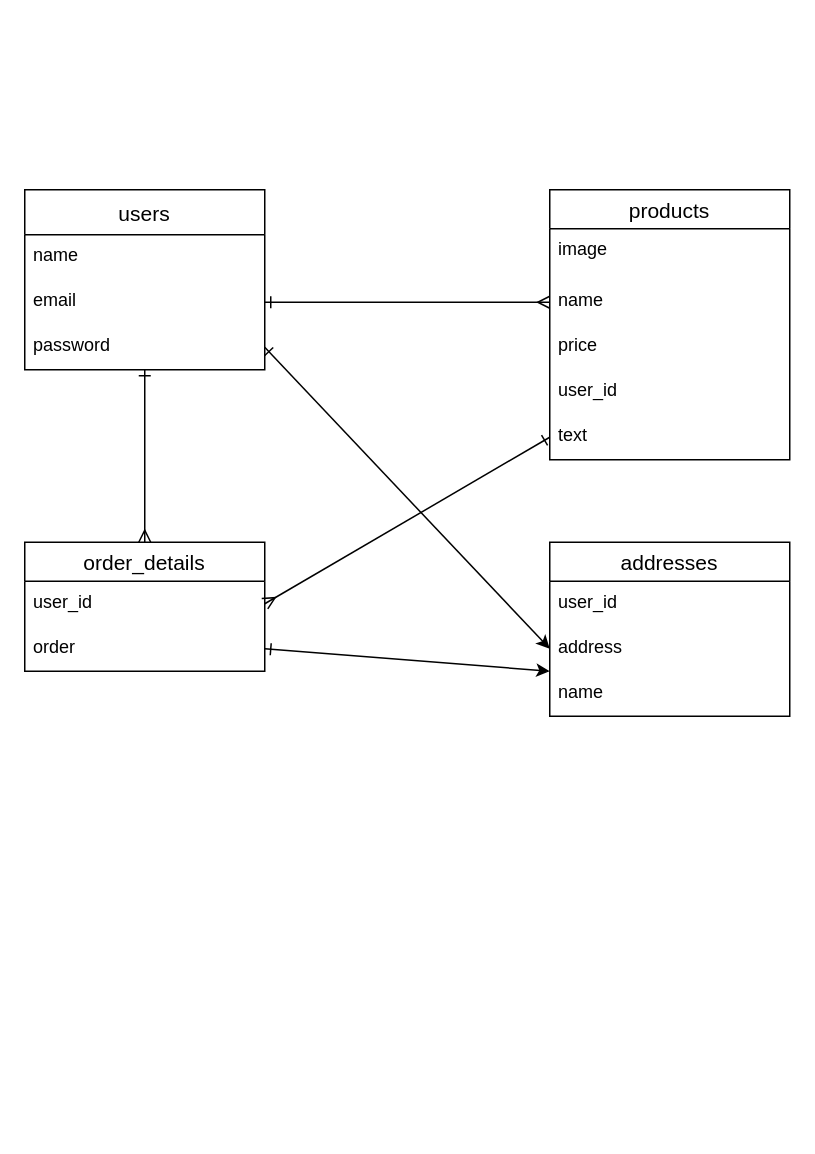
Earlier version of the draw.io diagram furima.dio (shun1127/furima-37811). Source tidied: cells renumbered, new cells numbered last; positions are measured from the earlier drawing's top-left corner, leaving out a move shared by most shapes. Both pictures are drawn from the tidied source at 150%, with x=0, y=0 at pixel (24, 189).
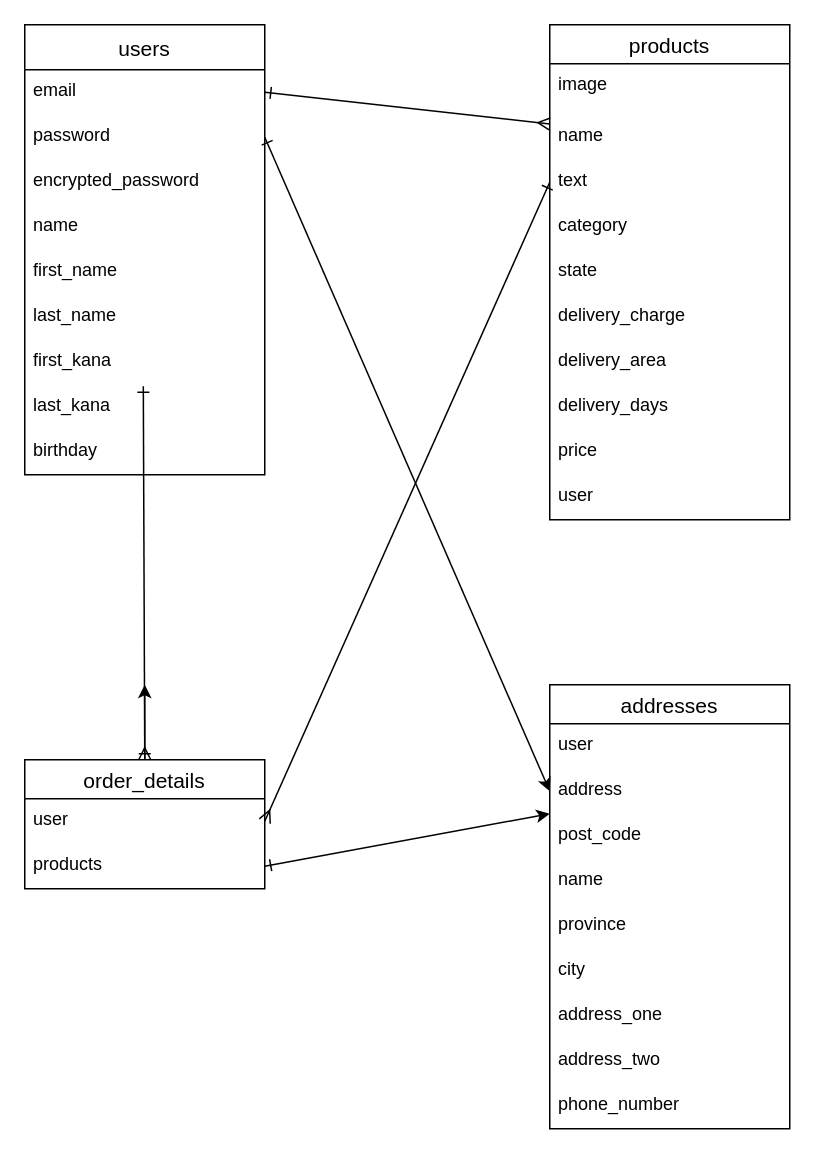
After the change.

Diff of the diagram source:
```diff
@@
     <mxCell id="2" value="users" style="swimlane;fontStyle=0;horizontal=1;startSize=30;align=center;fontSize=14;" parent="1" vertex="1">
-      <mxGeometry width="160" height="120" as="geometry" />
+      <mxGeometry y="-110" width="160" height="300" as="geometry" />
     </mxCell>
-    <mxCell id="3" value="name" style="text;strokeColor=none;fillColor=none;spacingLeft=4;spacingRight=4;overflow=hidden;fontSize=12;" parent="2" vertex="1">
-      <mxGeometry y="30" width="160" height="30" as="geometry" />
-    </mxCell>
     <mxCell id="4" value="email" style="text;strokeColor=none;fillColor=none;spacingLeft=4;spacingRight=4;overflow=hidden;points=[[0,0.5],[1,0.5]];portConstraint=eastwest;fontSize=12;" parent="2" vertex="1">
-      <mxGeometry y="60" width="160" height="30" as="geometry" />
+      <mxGeometry y="30" width="160" height="30" as="geometry" />
     </mxCell>
     <mxCell id="5" value="password" style="text;strokeColor=none;fillColor=none;spacingLeft=4;spacingRight=4;overflow=hidden;points=[[0,0.5],[1,0.5]];portConstraint=eastwest;fontSize=12;" parent="2" vertex="1">
-      <mxGeometry y="90" width="160" height="30" as="geometry" />
+      <mxGeometry y="60" width="160" height="30" as="geometry" />
     </mxCell>
+    <mxCell id="24" value="encrypted_password" style="text;strokeColor=none;fillColor=none;spacingLeft=4;spacingRight=4;overflow=hidden;fontSize=12;" parent="2" vertex="1">
+      <mxGeometry y="90" width="160" height="30" as="geometry" />
+    </mxCell>
+    <mxCell id="3" value="name" style="text;strokeColor=none;fillColor=none;spacingLeft=4;spacingRight=4;overflow=hidden;fontSize=12;" parent="2" vertex="1">
+      <mxGeometry y="120" width="160" height="30" as="geometry" />
+    </mxCell>
+    <mxCell id="25" value="first_name" style="text;strokeColor=none;fillColor=none;spacingLeft=4;spacingRight=4;overflow=hidden;fontSize=12;" parent="2" vertex="1">
+      <mxGeometry y="150" width="160" height="30" as="geometry" />
+    </mxCell>
+    <mxCell id="26" value="last_name" style="text;strokeColor=none;fillColor=none;spacingLeft=4;spacingRight=4;overflow=hidden;fontSize=12;" parent="2" vertex="1">
+      <mxGeometry y="180" width="160" height="30" as="geometry" />
+    </mxCell>
+    <mxCell id="27" value="first_kana" style="text;strokeColor=none;fillColor=none;spacingLeft=4;spacingRight=4;overflow=hidden;points=[[0,0.5],[1,0.5]];portConstraint=eastwest;fontSize=12;" parent="2" vertex="1">
+      <mxGeometry y="210" width="160" height="30" as="geometry" />
+    </mxCell>
+    <mxCell id="28" value="last_kana" style="text;strokeColor=none;fillColor=none;spacingLeft=4;spacingRight=4;overflow=hidden;fontSize=12;" parent="2" vertex="1">
+      <mxGeometry y="240" width="160" height="30" as="geometry" />
+    </mxCell>
+    <mxCell id="29" value="birthday" style="text;strokeColor=none;fillColor=none;spacingLeft=4;spacingRight=4;overflow=hidden;fontSize=12;" parent="2" vertex="1">
+      <mxGeometry y="270" width="160" height="30" as="geometry" />
+    </mxCell>
     <mxCell id="6" value="products" style="swimlane;fontStyle=0;horizontal=1;startSize=26;align=center;fontSize=14;" parent="1" vertex="1">
-      <mxGeometry x="350" width="160" height="180" as="geometry" />
+      <mxGeometry x="350" y="-110" width="160" height="330" as="geometry" />
     </mxCell>
@@
+    <mxCell id="11" value="text" style="text;strokeColor=none;fillColor=none;spacingLeft=4;spacingRight=4;overflow=hidden;points=[[0,0.5],[1,0.5]];portConstraint=eastwest;fontSize=12;" parent="6" vertex="1">
+      <mxGeometry y="90" width="160" height="30" as="geometry" />
+    </mxCell>
+    <mxCell id="30" value="category" style="text;strokeColor=none;fillColor=none;spacingLeft=4;spacingRight=4;overflow=hidden;fontSize=12;" parent="6" vertex="1">
+      <mxGeometry y="120" width="160" height="30" as="geometry" />
+    </mxCell>
+    <mxCell id="31" value="state" style="text;strokeColor=none;fillColor=none;spacingLeft=4;spacingRight=4;overflow=hidden;fontSize=12;" parent="6" vertex="1">
+      <mxGeometry y="150" width="160" height="30" as="geometry" />
+    </mxCell>
+    <mxCell id="32" value="delivery_charge" style="text;strokeColor=none;fillColor=none;spacingLeft=4;spacingRight=4;overflow=hidden;fontSize=12;" parent="6" vertex="1">
+      <mxGeometry y="180" width="160" height="30" as="geometry" />
+    </mxCell>
+    <mxCell id="33" value="delivery_area" style="text;strokeColor=none;fillColor=none;spacingLeft=4;spacingRight=4;overflow=hidden;fontSize=12;" parent="6" vertex="1">
+      <mxGeometry y="210" width="160" height="30" as="geometry" />
+    </mxCell>
+    <mxCell id="34" value="delivery_days" style="text;strokeColor=none;fillColor=none;spacingLeft=4;spacingRight=4;overflow=hidden;fontSize=12;" parent="6" vertex="1">
+      <mxGeometry y="240" width="160" height="30" as="geometry" />
+    </mxCell>
     <mxCell id="9" value="price" style="text;strokeColor=none;fillColor=none;spacingLeft=4;spacingRight=4;overflow=hidden;fontSize=12;" parent="6" vertex="1">
-      <mxGeometry y="90" width="160" height="30" as="geometry" />
+      <mxGeometry y="270" width="160" height="30" as="geometry" />
     </mxCell>
-    <mxCell id="10" value="user_id" style="text;strokeColor=none;fillColor=none;spacingLeft=4;spacingRight=4;overflow=hidden;fontSize=12;" parent="6" vertex="1">
-      <mxGeometry y="120" width="160" height="30" as="geometry" />
+    <mxCell id="10" value="user" style="text;strokeColor=none;fillColor=none;spacingLeft=4;spacingRight=4;overflow=hidden;fontSize=12;" parent="6" vertex="1">
+      <mxGeometry y="300" width="160" height="30" as="geometry" />
     </mxCell>
-    <mxCell id="11" value="text" style="text;strokeColor=none;fillColor=none;spacingLeft=4;spacingRight=4;overflow=hidden;points=[[0,0.5],[1,0.5]];portConstraint=eastwest;fontSize=12;" parent="6" vertex="1">
-      <mxGeometry y="150" width="160" height="30" as="geometry" />
-    </mxCell>
     <mxCell id="12" value="addresses" style="swimlane;fontStyle=0;horizontal=1;startSize=26;align=center;fontSize=14;" parent="1" vertex="1">
-      <mxGeometry x="350" y="235" width="160" height="116" as="geometry" />
+      <mxGeometry x="350" y="330" width="160" height="296" as="geometry" />
     </mxCell>
-    <mxCell id="13" value="user_id" style="text;strokeColor=none;fillColor=none;spacingLeft=4;spacingRight=4;overflow=hidden;fontSize=12;" parent="12" vertex="1">
+    <mxCell id="13" value="user" style="text;strokeColor=none;fillColor=none;spacingLeft=4;spacingRight=4;overflow=hidden;fontSize=12;" parent="12" vertex="1">
       <mxGeometry y="26" width="160" height="30" as="geometry" />
     </mxCell>
@@
+    <mxCell id="35" value="post_code" style="text;strokeColor=none;fillColor=none;spacingLeft=4;spacingRight=4;overflow=hidden;fontSize=12;" parent="12" vertex="1">
+      <mxGeometry y="86" width="160" height="30" as="geometry" />
+    </mxCell>
     <mxCell id="15" value="name" style="text;strokeColor=none;fillColor=none;spacingLeft=4;spacingRight=4;overflow=hidden;fontSize=12;" parent="12" vertex="1">
-      <mxGeometry y="86" width="160" height="30" as="geometry" />
+      <mxGeometry y="116" width="160" height="30" as="geometry" />
     </mxCell>
+    <mxCell id="36" value="province" style="text;strokeColor=none;fillColor=none;spacingLeft=4;spacingRight=4;overflow=hidden;fontSize=12;" parent="12" vertex="1">
+      <mxGeometry y="146" width="160" height="30" as="geometry" />
+    </mxCell>
+    <mxCell id="37" value="city" style="text;strokeColor=none;fillColor=none;spacingLeft=4;spacingRight=4;overflow=hidden;fontSize=12;" parent="12" vertex="1">
+      <mxGeometry y="176" width="160" height="30" as="geometry" />
+    </mxCell>
+    <mxCell id="38" value="address_one" style="text;strokeColor=none;fillColor=none;spacingLeft=4;spacingRight=4;overflow=hidden;fontSize=12;" parent="12" vertex="1">
+      <mxGeometry y="206" width="160" height="30" as="geometry" />
+    </mxCell>
+    <mxCell id="39" value="address_two" style="text;strokeColor=none;fillColor=none;spacingLeft=4;spacingRight=4;overflow=hidden;fontSize=12;" parent="12" vertex="1">
+      <mxGeometry y="236" width="160" height="30" as="geometry" />
+    </mxCell>
+    <mxCell id="40" value="phone_number" style="text;strokeColor=none;fillColor=none;spacingLeft=4;spacingRight=4;overflow=hidden;fontSize=12;" parent="12" vertex="1">
+      <mxGeometry y="266" width="160" height="30" as="geometry" />
+    </mxCell>
+    <mxCell id="41" style="edgeStyle=none;html=1;startArrow=ERone;startFill=0;endArrow=classic;endFill=1;" parent="1" edge="1" source="16">
+      <mxGeometry relative="1" as="geometry">
+        <mxPoint x="80" y="330" as="targetPoint" />
+      </mxGeometry>
+    </mxCell>
     <mxCell id="16" value="order_details" style="swimlane;fontStyle=0;horizontal=1;startSize=26;align=center;fontSize=14;" parent="1" vertex="1">
-      <mxGeometry y="235" width="160" height="86" as="geometry" />
+      <mxGeometry y="380" width="160" height="86" as="geometry" />
     </mxCell>
-    <mxCell id="17" value="user_id" style="text;strokeColor=none;fillColor=none;spacingLeft=4;spacingRight=4;overflow=hidden;points=[[0,0.5],[1,0.5]];portConstraint=eastwest;fontSize=12;" parent="16" vertex="1">
+    <mxCell id="17" value="user" style="text;strokeColor=none;fillColor=none;spacingLeft=4;spacingRight=4;overflow=hidden;points=[[0,0.5],[1,0.5]];portConstraint=eastwest;fontSize=12;" parent="16" vertex="1">
       <mxGeometry y="26" width="160" height="30" as="geometry" />
     </mxCell>
-    <mxCell id="18" value="order" style="text;strokeColor=none;fillColor=none;spacingLeft=4;spacingRight=4;overflow=hidden;points=[[0,0.5],[1,0.5]];portConstraint=eastwest;fontSize=12;" parent="16" vertex="1">
+    <mxCell id="18" value="products" style="text;strokeColor=none;fillColor=none;spacingLeft=4;spacingRight=4;overflow=hidden;points=[[0,0.5],[1,0.5]];portConstraint=eastwest;fontSize=12;" parent="16" vertex="1">
       <mxGeometry y="56" width="160" height="30" as="geometry" />
     </mxCell>
@@
-    <mxCell id="21" style="edgeStyle=none;html=1;entryX=0.5;entryY=0;entryDx=0;entryDy=0;startArrow=ERone;startFill=0;endArrow=ERmany;endFill=0;" parent="1" edge="1" source="5" target="16">
+    <mxCell id="21" style="edgeStyle=none;html=1;entryX=0.5;entryY=0;entryDx=0;entryDy=0;startArrow=ERone;startFill=0;endArrow=ERmany;endFill=0;exitX=0.494;exitY=1.033;exitDx=0;exitDy=0;exitPerimeter=0;" parent="1" edge="1" source="27" target="16">
       <mxGeometry relative="1" as="geometry" />
     </mxCell>
```
